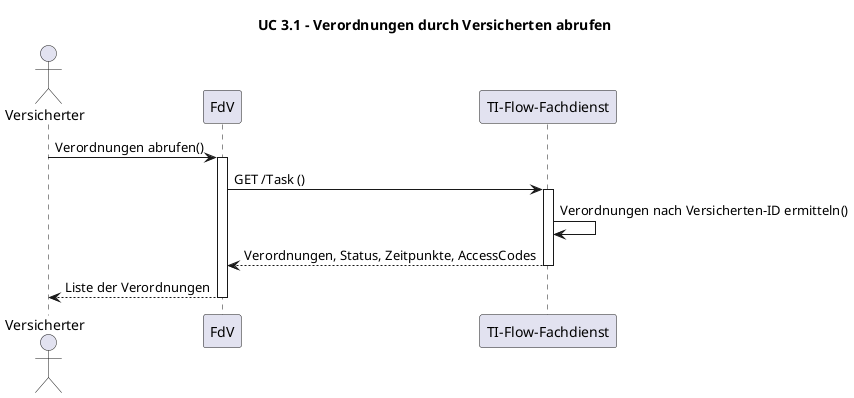
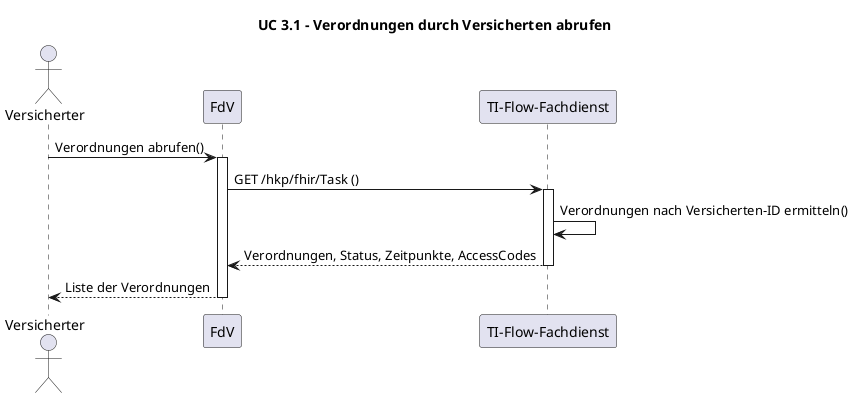
@startuml
title UC 3.1 - Verordnungen durch Versicherten abrufen

actor "Versicherter" as V
participant "FdV" as FdV
participant "TI-Flow-Fachdienst" as FD

V -> FdV: Verordnungen abrufen()
activate FdV

- FdV -> FD: GET /Task ()
+ FdV -> FD: GET /hkp/fhir/Task ()
activate FD
FD -> FD: Verordnungen nach Versicherten-ID ermitteln()
FD --> FdV: Verordnungen, Status, Zeitpunkte, AccessCodes
deactivate FD

FdV --> V: Liste der Verordnungen
deactivate FdV

- @enduml
+ @enduml